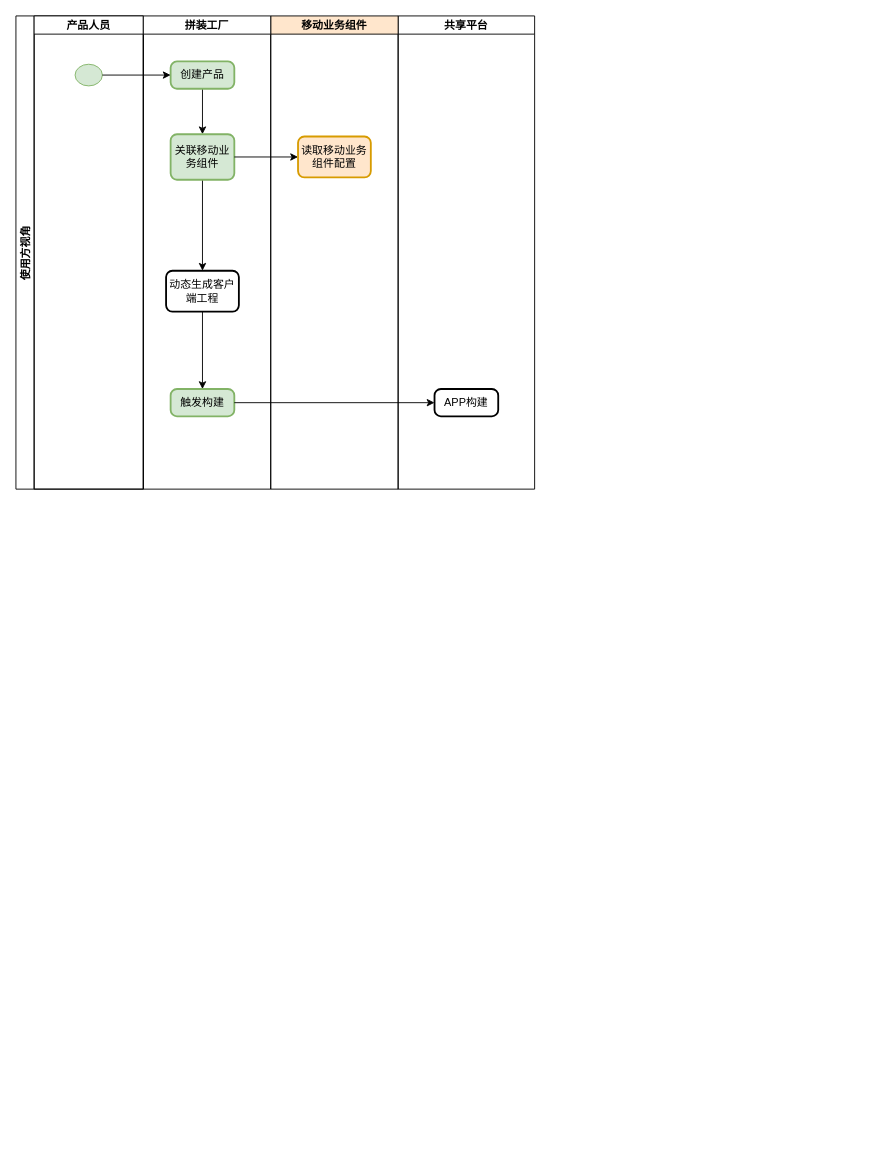
The draw.io diagram page "使用方视角" (6 of 24) of nd-apf.drawio in kwhitestone/drawio, before the edit. Source tidied: cells renumbered, new cells numbered last; positions are measured from the earlier drawing's top-left corner, leaving out a move shared by most shapes. Both pictures are drawn from the tidied source at 91%, with x=0, y=0 at pixel (15, 15).
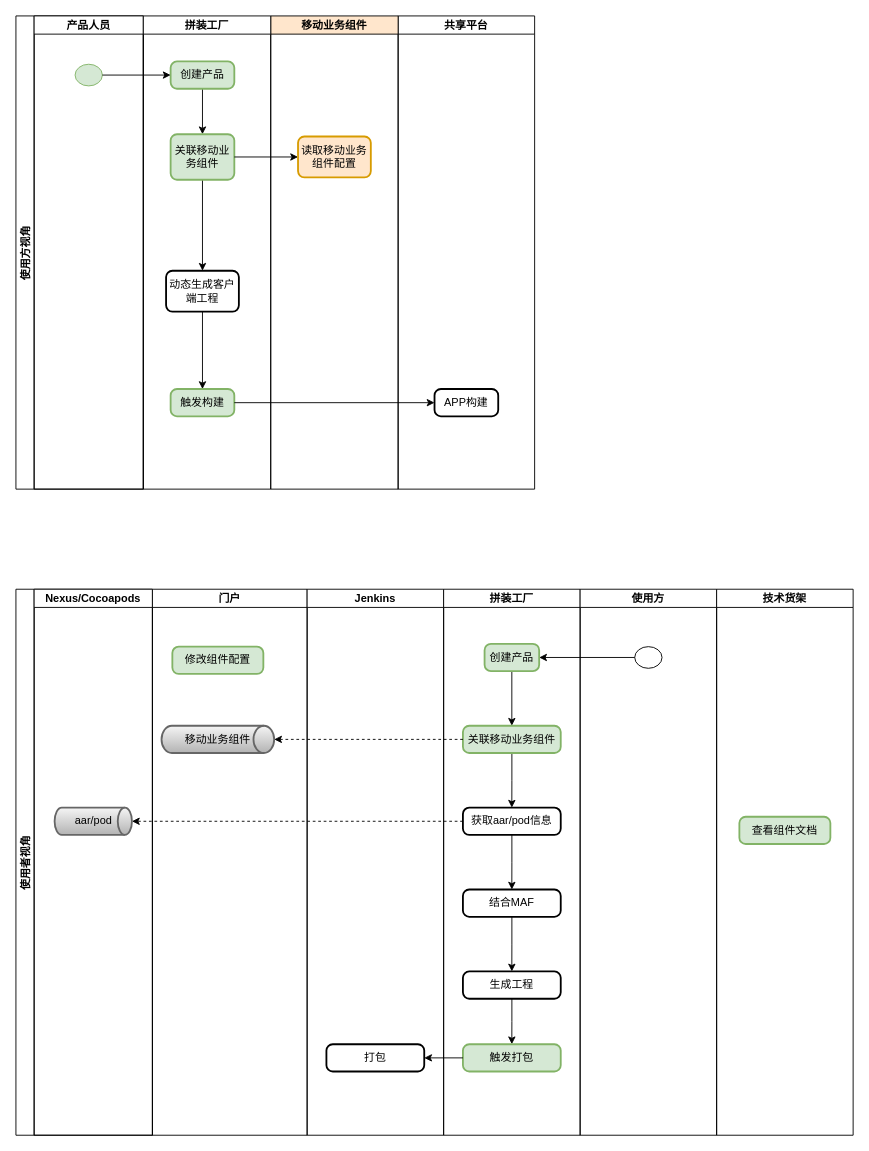
Above is the later version.

The edit, as a diff of the source:
```diff
@@
+    <mxCell id="20" value="使用者视角" style="swimlane;startSize=20;horizontal=0;" parent="1" vertex="1">
+      <mxGeometry y="630" width="150" height="600" as="geometry" />
+    </mxCell>
+    <mxCell id="21" value="Nexus/Cocoapods" style="swimlane;startSize=20;" parent="20" vertex="1">
+      <mxGeometry x="20" width="130" height="600" as="geometry" />
+    </mxCell>
+    <mxCell id="22" value="aar/pod" style="strokeWidth=2;html=1;shape=mxgraph.flowchart.direct_data;whiteSpace=wrap;fillColor=#f5f5f5;strokeColor=#666666;gradientColor=#b3b3b3;" parent="21" vertex="1">
+      <mxGeometry x="22.5" y="240" width="85" height="30" as="geometry" />
+    </mxCell>
+    <mxCell id="23" value="门户" style="swimlane;startSize=20;" parent="1" vertex="1">
+      <mxGeometry x="150" y="630" width="170" height="600" as="geometry" />
+    </mxCell>
+    <mxCell id="24" value="移动业务组件" style="strokeWidth=2;html=1;shape=mxgraph.flowchart.direct_data;whiteSpace=wrap;fillColor=#f5f5f5;strokeColor=#666666;gradientColor=#b3b3b3;" parent="23" vertex="1">
+      <mxGeometry x="10" y="150" width="123.8" height="30" as="geometry" />
+    </mxCell>
+    <mxCell id="25" value="修改组件配置" style="rounded=1;whiteSpace=wrap;html=1;absoluteArcSize=1;arcSize=14;strokeWidth=2;fillColor=#d5e8d4;strokeColor=#82b366;" parent="23" vertex="1">
+      <mxGeometry x="21.9" y="63.1" width="100" height="30" as="geometry" />
+    </mxCell>
+    <mxCell id="26" value="Jenkins" style="swimlane;startSize=20;" parent="1" vertex="1">
+      <mxGeometry x="320" y="630" width="150" height="600" as="geometry" />
+    </mxCell>
+    <mxCell id="27" value="打包" style="rounded=1;whiteSpace=wrap;html=1;absoluteArcSize=1;arcSize=14;strokeWidth=2;" parent="26" vertex="1">
+      <mxGeometry x="21.2" y="500" width="107.5" height="30" as="geometry" />
+    </mxCell>
+    <mxCell id="28" value="拼装工厂" style="swimlane;startSize=20;" parent="1" vertex="1">
+      <mxGeometry x="470" y="630" width="150" height="600" as="geometry" />
+    </mxCell>
+    <mxCell id="29" style="edgeStyle=orthogonalEdgeStyle;rounded=0;jettySize=auto;html=1;entryX=0.5;entryY=0;entryDx=0;entryDy=0;" parent="28" edge="1" source="30" target="32">
+      <mxGeometry relative="1" as="geometry" />
+    </mxCell>
+    <mxCell id="30" value="创建产品" style="rounded=1;whiteSpace=wrap;html=1;absoluteArcSize=1;arcSize=14;strokeWidth=2;fillColor=#d5e8d4;strokeColor=#82b366;" parent="28" vertex="1">
+      <mxGeometry x="45" y="60" width="60" height="30" as="geometry" />
+    </mxCell>
+    <mxCell id="31" style="edgeStyle=orthogonalEdgeStyle;rounded=0;jettySize=auto;html=1;entryX=0.5;entryY=0;entryDx=0;entryDy=0;" parent="28" edge="1" source="32" target="34">
+      <mxGeometry relative="1" as="geometry" />
+    </mxCell>
+    <mxCell id="32" value="关联移动业务组件" style="rounded=1;whiteSpace=wrap;html=1;absoluteArcSize=1;arcSize=14;strokeWidth=2;fillColor=#d5e8d4;strokeColor=#82b366;" parent="28" vertex="1">
+      <mxGeometry x="21.2" y="150" width="107.5" height="30" as="geometry" />
+    </mxCell>
+    <mxCell id="33" style="edgeStyle=orthogonalEdgeStyle;rounded=0;jettySize=auto;html=1;entryX=0.5;entryY=0;entryDx=0;entryDy=0;" parent="28" edge="1" source="34" target="36">
+      <mxGeometry relative="1" as="geometry" />
+    </mxCell>
+    <mxCell id="34" value="获取aar/pod信息" style="rounded=1;whiteSpace=wrap;html=1;absoluteArcSize=1;arcSize=14;strokeWidth=2;" parent="28" vertex="1">
+      <mxGeometry x="21.2" y="240" width="107.5" height="30" as="geometry" />
+    </mxCell>
+    <mxCell id="35" style="edgeStyle=orthogonalEdgeStyle;rounded=0;jettySize=auto;html=1;entryX=0.5;entryY=0;entryDx=0;entryDy=0;" parent="28" edge="1" source="36" target="38">
+      <mxGeometry relative="1" as="geometry" />
+    </mxCell>
+    <mxCell id="36" value="结合MAF" style="rounded=1;whiteSpace=wrap;html=1;absoluteArcSize=1;arcSize=14;strokeWidth=2;" parent="28" vertex="1">
+      <mxGeometry x="21.2" y="330" width="107.5" height="30" as="geometry" />
+    </mxCell>
+    <mxCell id="37" style="edgeStyle=orthogonalEdgeStyle;rounded=0;jettySize=auto;html=1;entryX=0.5;entryY=0;entryDx=0;entryDy=0;" parent="28" edge="1" source="38" target="39">
+      <mxGeometry relative="1" as="geometry" />
+    </mxCell>
+    <mxCell id="38" value="生成工程" style="rounded=1;whiteSpace=wrap;html=1;absoluteArcSize=1;arcSize=14;strokeWidth=2;" parent="28" vertex="1">
+      <mxGeometry x="21.2" y="420" width="107.5" height="30" as="geometry" />
+    </mxCell>
+    <mxCell id="39" value="触发打包" style="rounded=1;whiteSpace=wrap;html=1;absoluteArcSize=1;arcSize=14;strokeWidth=2;fillColor=#d5e8d4;strokeColor=#82b366;" parent="28" vertex="1">
+      <mxGeometry x="21.2" y="500" width="107.5" height="30" as="geometry" />
+    </mxCell>
+    <mxCell id="40" value="使用方" style="swimlane;startSize=20;" parent="1" vertex="1">
+      <mxGeometry x="620" y="630" width="150" height="600" as="geometry" />
+    </mxCell>
+    <mxCell id="41" style="verticalLabelPosition=bottom;verticalAlign=top;html=1;shape=mxgraph.flowchart.on-page_reference;" parent="40" vertex="1">
+      <mxGeometry x="60" y="63.1" width="30" height="23.8" as="geometry" />
+    </mxCell>
+    <mxCell id="42" style="edgeStyle=orthogonalEdgeStyle;rounded=0;jettySize=auto;html=1;entryX=1;entryY=0.5;entryDx=0;entryDy=0;" parent="1" edge="1" source="41" target="30">
+      <mxGeometry relative="1" as="geometry" />
+    </mxCell>
+    <mxCell id="43" style="edgeStyle=orthogonalEdgeStyle;jettySize=auto;html=1;entryX=1;entryY=0.5;entryDx=0;entryDy=0;entryPerimeter=0;rounded=0;dashed=1;" parent="1" edge="1" source="32" target="24">
+      <mxGeometry relative="1" as="geometry" />
+    </mxCell>
+    <mxCell id="44" style="edgeStyle=orthogonalEdgeStyle;rounded=0;jettySize=auto;html=1;entryX=1;entryY=0.5;entryDx=0;entryDy=0;entryPerimeter=0;dashed=1;" parent="1" edge="1" source="34" target="22">
+      <mxGeometry relative="1" as="geometry" />
+    </mxCell>
+    <mxCell id="45" style="edgeStyle=orthogonalEdgeStyle;rounded=0;jettySize=auto;html=1;entryX=1;entryY=0.5;entryDx=0;entryDy=0;" parent="1" edge="1" source="39" target="27">
+      <mxGeometry relative="1" as="geometry" />
+    </mxCell>
+    <mxCell id="46" value="技术货架" style="swimlane;startSize=20;" parent="1" vertex="1">
+      <mxGeometry x="770" y="630" width="150" height="600" as="geometry" />
+    </mxCell>
+    <mxCell id="47" value="查看组件文档" style="rounded=1;whiteSpace=wrap;html=1;absoluteArcSize=1;arcSize=14;strokeWidth=2;fillColor=#d5e8d4;strokeColor=#82b366;" parent="46" vertex="1">
+      <mxGeometry x="25" y="250" width="100" height="30" as="geometry" />
+    </mxCell>
```
